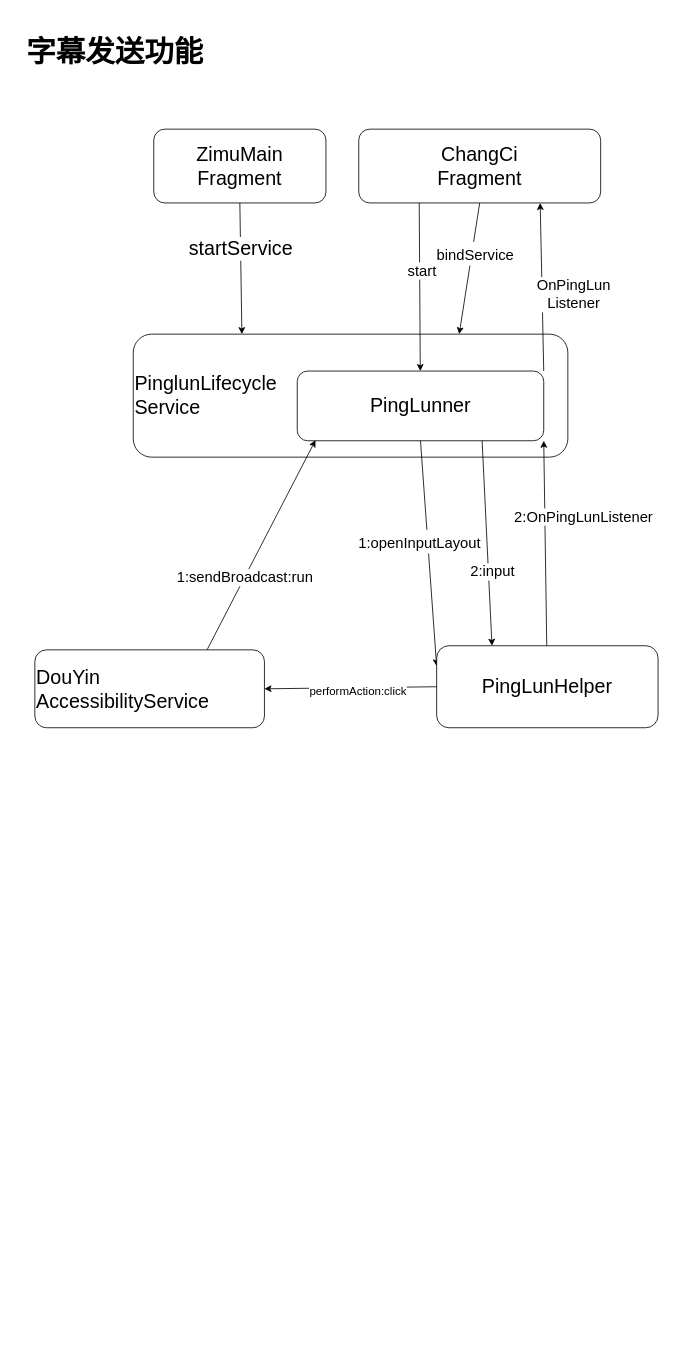
xlgp/static keeps this draw.io diagram as 戏曲字幕-字幕发送功能.drawio. Above is the earlier version. Source tidied: cells renumbered, new cells numbered last; positions are measured from the earlier drawing's top-left corner, leaving out a move shared by most shapes. Both pictures are drawn from the tidied source at 82%, with x=0, y=0 at pixel (22, 22).
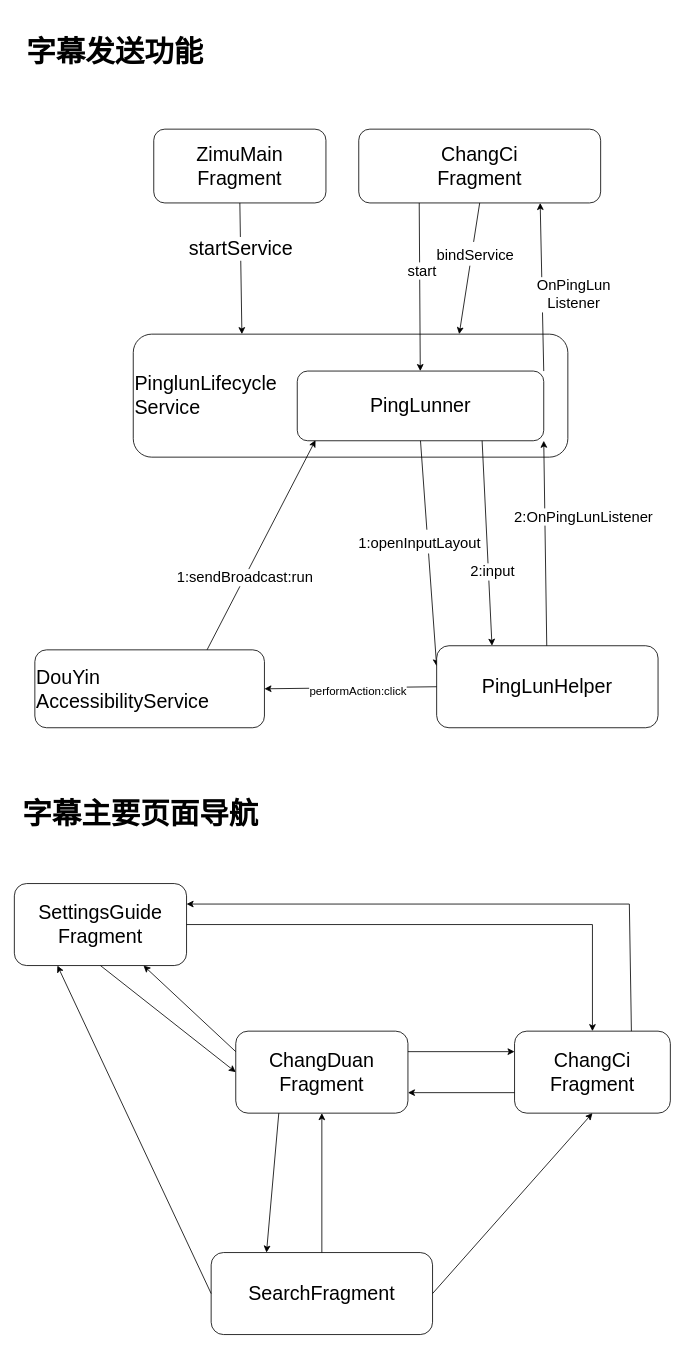
Above is the later version.

Commit message:
更新戏曲字幕-字幕发送功能.drawio

What changed in the source:
```diff
@@
+    <mxCell id="28" value="&lt;h1&gt;字幕主要页面导航&lt;/h1&gt;" style="text;html=1;fillColor=none;spacing=5;spacingTop=-20;whiteSpace=wrap;overflow=hidden;rounded=0;labelBackgroundColor=none;fontSize=18;" parent="1" vertex="1">
+      <mxGeometry x="-5" y="930" width="780" height="70" as="geometry" />
+    </mxCell>
+    <mxCell id="29" value="ChangDuan&lt;br&gt;Fragment" style="rounded=1;whiteSpace=wrap;html=1;labelBackgroundColor=#FFFFFF;strokeColor=default;fontSize=24;" parent="1" vertex="1">
+      <mxGeometry x="260" y="1230" width="210" height="100" as="geometry" />
+    </mxCell>
+    <mxCell id="30" value="ChangCi&lt;br&gt;Fragment" style="rounded=1;whiteSpace=wrap;html=1;labelBackgroundColor=#FFFFFF;strokeColor=default;fontSize=24;" parent="1" vertex="1">
+      <mxGeometry x="600" y="1230" width="190" height="100" as="geometry" />
+    </mxCell>
+    <mxCell id="31" value="SettingsGuide&lt;br&gt;Fragment" style="rounded=1;whiteSpace=wrap;html=1;labelBackgroundColor=#FFFFFF;strokeColor=default;fontSize=24;" parent="1" vertex="1">
+      <mxGeometry x="-10" y="1050" width="210" height="100" as="geometry" />
+    </mxCell>
+    <mxCell id="32" value="SearchFragment" style="rounded=1;whiteSpace=wrap;html=1;labelBackgroundColor=#FFFFFF;strokeColor=default;fontSize=24;" parent="1" vertex="1">
+      <mxGeometry x="230" y="1500" width="270" height="100" as="geometry" />
+    </mxCell>
+    <mxCell id="33" style="endArrow=classic;html=1;rounded=0;entryX=0;entryY=0.25;entryDx=0;entryDy=0;exitX=1;exitY=0.25;exitDx=0;exitDy=0;" parent="1" edge="1" source="29" target="30">
+      <mxGeometry relative="1" as="geometry" />
+    </mxCell>
+    <mxCell id="34" style="endArrow=classic;html=1;rounded=0;entryX=1;entryY=0.75;entryDx=0;entryDy=0;exitX=0;exitY=0.75;exitDx=0;exitDy=0;" parent="1" edge="1" source="30" target="29">
+      <mxGeometry relative="1" as="geometry" />
+    </mxCell>
+    <mxCell id="35" style="endArrow=classic;html=1;rounded=0;exitX=0.25;exitY=1;exitDx=0;exitDy=0;entryX=0.25;entryY=0;entryDx=0;entryDy=0;" parent="1" edge="1" source="29" target="32">
+      <mxGeometry relative="1" as="geometry" />
+    </mxCell>
+    <mxCell id="36" style="endArrow=classic;html=1;rounded=0;entryX=0.5;entryY=1;entryDx=0;entryDy=0;exitX=0.5;exitY=0;exitDx=0;exitDy=0;" parent="1" edge="1" source="32" target="29">
+      <mxGeometry relative="1" as="geometry" />
+    </mxCell>
+    <mxCell id="37" style="endArrow=classic;html=1;rounded=0;exitX=1;exitY=0.5;exitDx=0;exitDy=0;entryX=0.5;entryY=1;entryDx=0;entryDy=0;" parent="1" edge="1" source="32" target="30">
+      <mxGeometry relative="1" as="geometry" />
+    </mxCell>
+    <mxCell id="38" style="endArrow=classic;html=1;rounded=0;exitX=0;exitY=0.5;exitDx=0;exitDy=0;entryX=0.25;entryY=1;entryDx=0;entryDy=0;" parent="1" edge="1" source="32" target="31">
+      <mxGeometry relative="1" as="geometry" />
+    </mxCell>
+    <mxCell id="39" style="endArrow=classic;html=1;rounded=0;entryX=0;entryY=0.5;entryDx=0;entryDy=0;exitX=0.5;exitY=1;exitDx=0;exitDy=0;" parent="1" edge="1" source="31" target="29">
+      <mxGeometry relative="1" as="geometry" />
+    </mxCell>
+    <mxCell id="40" style="endArrow=classic;html=1;rounded=0;entryX=0.5;entryY=0;entryDx=0;entryDy=0;exitX=1;exitY=0.5;exitDx=0;exitDy=0;" parent="1" edge="1" source="31" target="30">
+      <mxGeometry relative="1" as="geometry">
+        <Array as="points">
+          <mxPoint x="695" y="1100" />
+        </Array>
+      </mxGeometry>
+    </mxCell>
+    <mxCell id="41" style="endArrow=classic;html=1;rounded=0;exitX=0;exitY=0.25;exitDx=0;exitDy=0;entryX=0.75;entryY=1;entryDx=0;entryDy=0;" parent="1" edge="1" source="29" target="31">
+      <mxGeometry relative="1" as="geometry" />
+    </mxCell>
+    <mxCell id="42" style="endArrow=classic;html=1;rounded=0;exitX=0.75;exitY=0;exitDx=0;exitDy=0;entryX=1;entryY=0.25;entryDx=0;entryDy=0;" parent="1" edge="1" source="30" target="31">
+      <mxGeometry relative="1" as="geometry">
+        <Array as="points">
+          <mxPoint x="740" y="1075" />
+        </Array>
+      </mxGeometry>
+    </mxCell>
```
